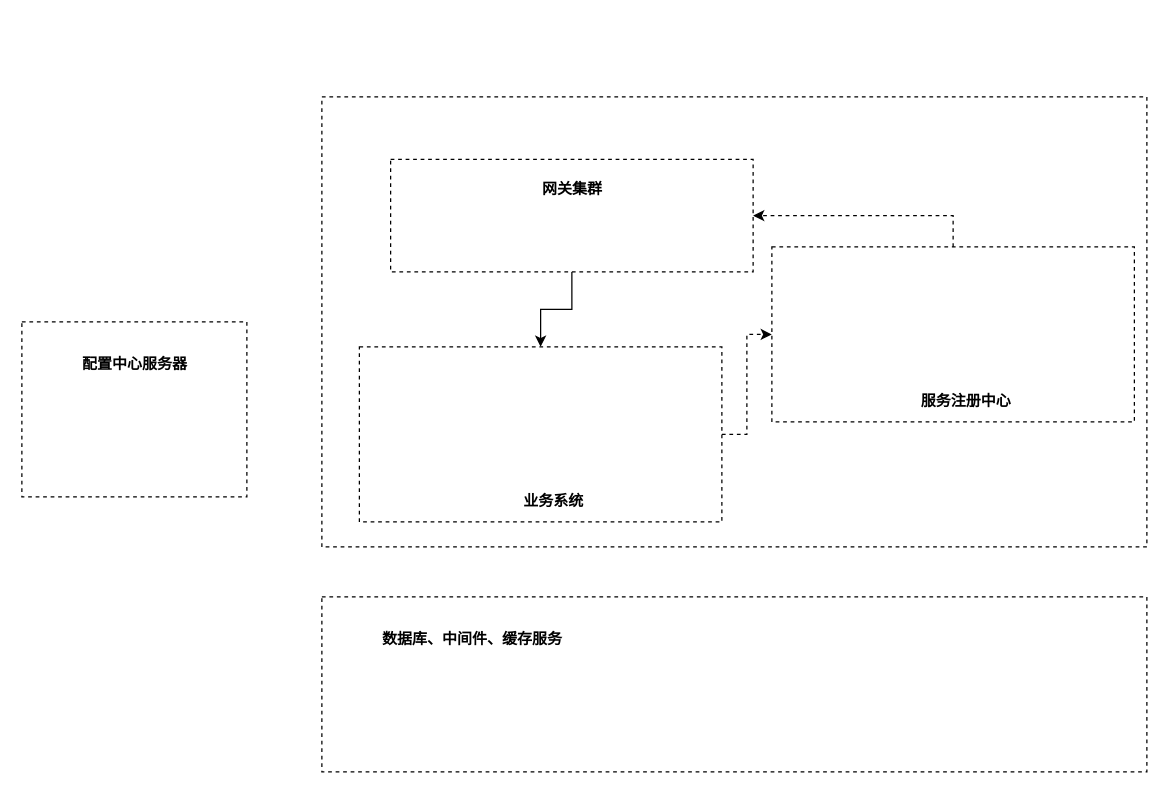
Earlier version of the draw.io diagram cloud-arch.drawio (twoconk/guaniu). Source tidied: cells renumbered, new cells numbered last; positions are measured from the earlier drawing's top-left corner, leaving out a move shared by most shapes. Both pictures are drawn from the tidied source at 125%, with x=0, y=0 at pixel (21, 96).
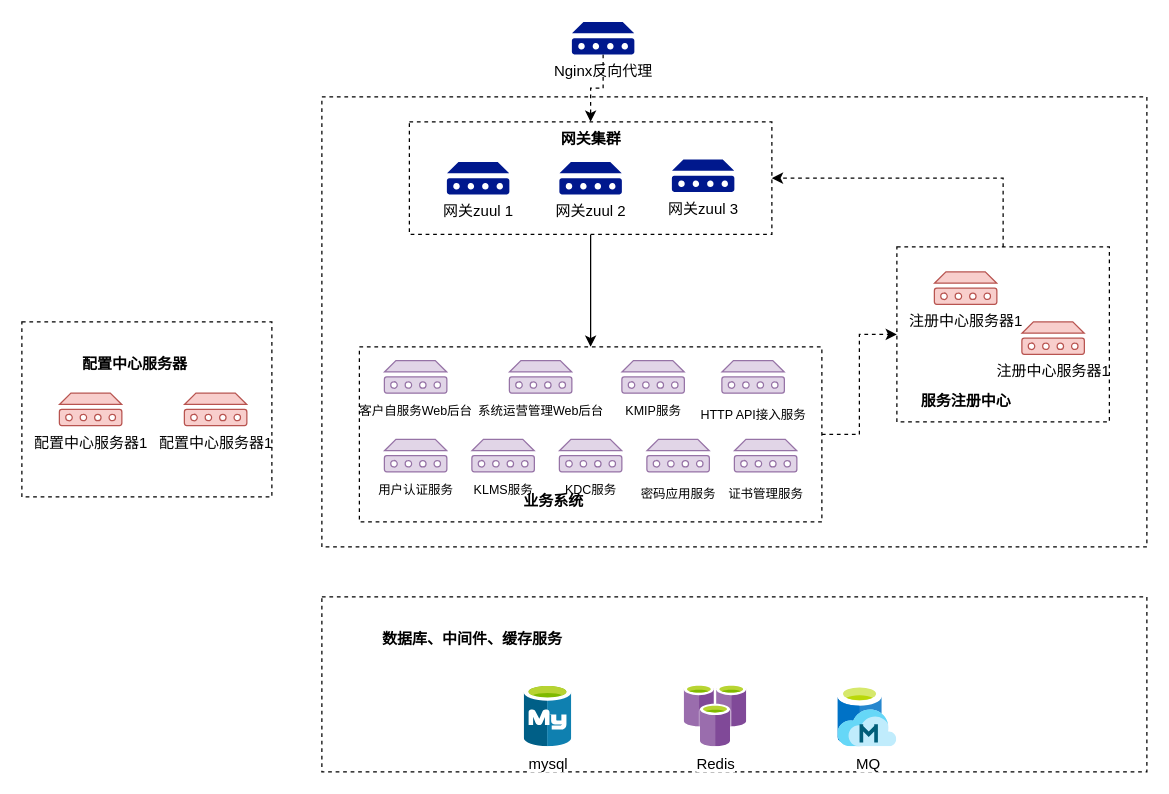
After the change.

Change to the diagram source:
```diff
@@
     <mxCell id="4" style="rounded=0;whiteSpace=wrap;html=1;dashed=1;" parent="1" vertex="1">
-      <mxGeometry x="295" y="50" width="290" height="90" as="geometry" />
+      <mxGeometry x="310" y="20" width="290" height="90" as="geometry" />
     </mxCell>
@@
     <mxCell id="6" style="rounded=0;whiteSpace=wrap;html=1;dashed=1;" parent="1" vertex="1">
-      <mxGeometry y="180" width="180" height="140" as="geometry" />
+      <mxGeometry y="180" width="200" height="140" as="geometry" />
     </mxCell>
@@
     <mxCell id="9" style="rounded=0;whiteSpace=wrap;html=1;dashed=1;" parent="1" vertex="1">
-      <mxGeometry x="270" y="200" width="290" height="140" as="geometry" />
+      <mxGeometry x="270" y="200" width="370" height="140" as="geometry" />
     </mxCell>
@@
     <mxCell id="11" value="&lt;span style=&quot;font-size: 12px&quot;&gt;网关集群&lt;/span&gt;" style="text;strokeColor=none;fillColor=none;html=1;fontSize=24;fontStyle=1;verticalAlign=middle;align=center;dashed=1;" parent="1" vertex="1">
-      <mxGeometry x="360" y="50" width="160" height="40" as="geometry" />
+      <mxGeometry x="375" y="10" width="160" height="40" as="geometry" />
     </mxCell>
@@
-    <mxCell id="13" style="edgeStyle=orthogonalEdgeStyle;rounded=0;jettySize=auto;html=1;exitX=0.5;exitY=0;exitDx=0;exitDy=0;jumpStyle=none;dashed=1;" parent="1" edge="1" source="14" target="4">
+    <mxCell id="13" style="edgeStyle=orthogonalEdgeStyle;rounded=0;jettySize=auto;html=1;exitX=0.5;exitY=0;exitDx=0;exitDy=0;jumpStyle=none;dashed=1;entryX=1;entryY=0.5;entryDx=0;entryDy=0;" parent="1" edge="1" source="14" target="4">
       <mxGeometry relative="1" as="geometry" />
     </mxCell>
     <mxCell id="14" style="rounded=0;whiteSpace=wrap;html=1;dashed=1;" parent="1" vertex="1">
-      <mxGeometry x="600" y="120" width="290" height="140" as="geometry" />
+      <mxGeometry x="700" y="120" width="170" height="140" as="geometry" />
     </mxCell>
@@
+    <mxCell id="16" value="mysql" style="html=1;align=center;image;fontSize=12;image=img/lib/mscae/Azure_Database_for_MySQL_servers.svg;dashed=1;" parent="1" vertex="1">
+      <mxGeometry x="402" y="470" width="38" height="50" as="geometry" />
+    </mxCell>
+    <mxCell id="17" value="Redis" style="html=1;align=center;image;fontSize=12;image=img/lib/mscae/Azure_Cache_for_Redis.svg;dashed=1;" parent="1" vertex="1">
+      <mxGeometry x="530" y="470" width="50" height="50" as="geometry" />
+    </mxCell>
+    <mxCell id="18" value="MQ" style="html=1;align=center;image;fontSize=12;image=img/lib/mscae/Managed_Databases.svg;dashed=1;" parent="1" vertex="1">
+      <mxGeometry x="653" y="470" width="47" height="50" as="geometry" />
+    </mxCell>
+    <mxCell id="19" style="edgeStyle=orthogonalEdgeStyle;rounded=0;jumpStyle=none;jettySize=auto;html=1;dashed=1;" parent="1" edge="1" source="20" target="4">
+      <mxGeometry relative="1" as="geometry" />
+    </mxCell>
+    <mxCell id="20" value="Nginx反向代理" style="shadow=0;dashed=0;html=1;strokeColor=none;labelPosition=center;verticalLabelPosition=bottom;verticalAlign=top;align=center;fillColor=#00188D;shape=mxgraph.mscae.enterprise.device;" parent="1" vertex="1">
+      <mxGeometry x="440" y="-60" width="50" height="26" as="geometry" />
+    </mxCell>
+    <mxCell id="21" value="网关zuul 1" style="shadow=0;dashed=0;html=1;strokeColor=none;labelPosition=center;verticalLabelPosition=bottom;verticalAlign=top;align=center;fillColor=#00188D;shape=mxgraph.mscae.enterprise.device;" parent="1" vertex="1">
+      <mxGeometry x="340" y="52" width="50" height="26" as="geometry" />
+    </mxCell>
+    <mxCell id="22" value="网关zuul 2" style="shadow=0;dashed=0;html=1;strokeColor=none;labelPosition=center;verticalLabelPosition=bottom;verticalAlign=top;align=center;fillColor=#00188D;shape=mxgraph.mscae.enterprise.device;" parent="1" vertex="1">
+      <mxGeometry x="430" y="52" width="50" height="26" as="geometry" />
+    </mxCell>
+    <mxCell id="23" value="网关zuul 3" style="shadow=0;dashed=0;html=1;strokeColor=none;labelPosition=center;verticalLabelPosition=bottom;verticalAlign=top;align=center;fillColor=#00188D;shape=mxgraph.mscae.enterprise.device;" parent="1" vertex="1">
+      <mxGeometry x="520" y="50" width="50" height="26" as="geometry" />
+    </mxCell>
+    <mxCell id="24" value="配置中心服务器1" style="shadow=0;dashed=0;html=1;strokeColor=#b85450;labelPosition=center;verticalLabelPosition=bottom;verticalAlign=top;align=center;fillColor=#f8cecc;shape=mxgraph.mscae.enterprise.device;" parent="1" vertex="1">
+      <mxGeometry x="30" y="237" width="50" height="26" as="geometry" />
+    </mxCell>
+    <mxCell id="25" value="配置中心服务器1" style="shadow=0;dashed=0;html=1;strokeColor=#b85450;labelPosition=center;verticalLabelPosition=bottom;verticalAlign=top;align=center;fillColor=#f8cecc;shape=mxgraph.mscae.enterprise.device;" parent="1" vertex="1">
+      <mxGeometry x="130" y="237" width="50" height="26" as="geometry" />
+    </mxCell>
+    <mxCell id="26" value="注册中心服务器1" style="shadow=0;dashed=0;html=1;strokeColor=#b85450;labelPosition=center;verticalLabelPosition=bottom;verticalAlign=top;align=center;fillColor=#f8cecc;shape=mxgraph.mscae.enterprise.device;" parent="1" vertex="1">
+      <mxGeometry x="730" y="140" width="50" height="26" as="geometry" />
+    </mxCell>
+    <mxCell id="27" value="注册中心服务器1" style="shadow=0;dashed=0;html=1;strokeColor=#b85450;labelPosition=center;verticalLabelPosition=bottom;verticalAlign=top;align=center;fillColor=#f8cecc;shape=mxgraph.mscae.enterprise.device;" parent="1" vertex="1">
+      <mxGeometry x="800" y="180" width="50" height="26" as="geometry" />
+    </mxCell>
+    <mxCell id="28" value="&lt;font size=&quot;1&quot;&gt;客户自服务Web后台&lt;/font&gt;" style="shadow=0;dashed=0;html=1;strokeColor=#9673a6;labelPosition=center;verticalLabelPosition=bottom;verticalAlign=top;align=center;fillColor=#e1d5e7;shape=mxgraph.mscae.enterprise.device;" parent="1" vertex="1">
+      <mxGeometry x="290" y="211" width="50" height="26" as="geometry" />
+    </mxCell>
+    <mxCell id="29" value="&lt;p class=&quot;MsoNormal&quot; align=&quot;center&quot; style=&quot;margin: 0pt 0pt 0.0001pt ; line-height: 21px ; text-indent: 0pt&quot;&gt;&lt;font style=&quot;font-size: 10px&quot;&gt;HTTP API接入服务&lt;/font&gt;&lt;/p&gt;" style="shadow=0;dashed=0;html=1;strokeColor=#9673a6;labelPosition=center;verticalLabelPosition=bottom;verticalAlign=top;align=center;fillColor=#e1d5e7;shape=mxgraph.mscae.enterprise.device;" parent="1" vertex="1">
+      <mxGeometry x="560" y="211" width="50" height="26" as="geometry" />
+    </mxCell>
+    <mxCell id="30" value="&lt;font size=&quot;1&quot;&gt;系统运营管理Web后台&lt;/font&gt;" style="shadow=0;dashed=0;html=1;strokeColor=#9673a6;labelPosition=center;verticalLabelPosition=bottom;verticalAlign=top;align=center;fillColor=#e1d5e7;shape=mxgraph.mscae.enterprise.device;" parent="1" vertex="1">
+      <mxGeometry x="390" y="211" width="50" height="26" as="geometry" />
+    </mxCell>
+    <mxCell id="31" value="&lt;font size=&quot;1&quot;&gt;KMIP服务&lt;/font&gt;" style="shadow=0;dashed=0;html=1;strokeColor=#9673a6;labelPosition=center;verticalLabelPosition=bottom;verticalAlign=top;align=center;fillColor=#e1d5e7;shape=mxgraph.mscae.enterprise.device;" parent="1" vertex="1">
+      <mxGeometry x="480" y="211" width="50" height="26" as="geometry" />
+    </mxCell>
+    <mxCell id="32" value="&lt;font size=&quot;1&quot;&gt;用户认证服务&lt;/font&gt;" style="shadow=0;dashed=0;html=1;strokeColor=#9673a6;labelPosition=center;verticalLabelPosition=bottom;verticalAlign=top;align=center;fillColor=#e1d5e7;shape=mxgraph.mscae.enterprise.device;" parent="1" vertex="1">
+      <mxGeometry x="290" y="274" width="50" height="26" as="geometry" />
+    </mxCell>
+    <mxCell id="33" value="&lt;p class=&quot;MsoNormal&quot; align=&quot;center&quot; style=&quot;margin: 0pt 0pt 0.0001pt ; line-height: 21px ; text-indent: 0pt&quot;&gt;&lt;font size=&quot;1&quot;&gt;密码应用服务&lt;/font&gt;&lt;/p&gt;" style="shadow=0;dashed=0;html=1;strokeColor=#9673a6;labelPosition=center;verticalLabelPosition=bottom;verticalAlign=top;align=center;fillColor=#e1d5e7;shape=mxgraph.mscae.enterprise.device;" parent="1" vertex="1">
+      <mxGeometry x="500" y="274" width="50" height="26" as="geometry" />
+    </mxCell>
+    <mxCell id="34" value="&lt;font size=&quot;1&quot;&gt;KLMS服务&lt;/font&gt;" style="shadow=0;dashed=0;html=1;strokeColor=#9673a6;labelPosition=center;verticalLabelPosition=bottom;verticalAlign=top;align=center;fillColor=#e1d5e7;shape=mxgraph.mscae.enterprise.device;" parent="1" vertex="1">
+      <mxGeometry x="360" y="274" width="50" height="26" as="geometry" />
+    </mxCell>
+    <mxCell id="35" value="&lt;font size=&quot;1&quot;&gt;KDC服务&lt;/font&gt;" style="shadow=0;dashed=0;html=1;strokeColor=#9673a6;labelPosition=center;verticalLabelPosition=bottom;verticalAlign=top;align=center;fillColor=#e1d5e7;shape=mxgraph.mscae.enterprise.device;" parent="1" vertex="1">
+      <mxGeometry x="430" y="274" width="50" height="26" as="geometry" />
+    </mxCell>
+    <mxCell id="36" value="&lt;p class=&quot;MsoNormal&quot; align=&quot;center&quot; style=&quot;margin: 0pt 0pt 0.0001pt ; line-height: 21px ; text-indent: 0pt&quot;&gt;&lt;font size=&quot;1&quot;&gt;证书管理服务&lt;/font&gt;&lt;/p&gt;" style="shadow=0;dashed=0;html=1;strokeColor=#9673a6;labelPosition=center;verticalLabelPosition=bottom;verticalAlign=top;align=center;fillColor=#e1d5e7;shape=mxgraph.mscae.enterprise.device;" parent="1" vertex="1">
+      <mxGeometry x="570" y="274" width="50" height="26" as="geometry" />
+    </mxCell>
```
